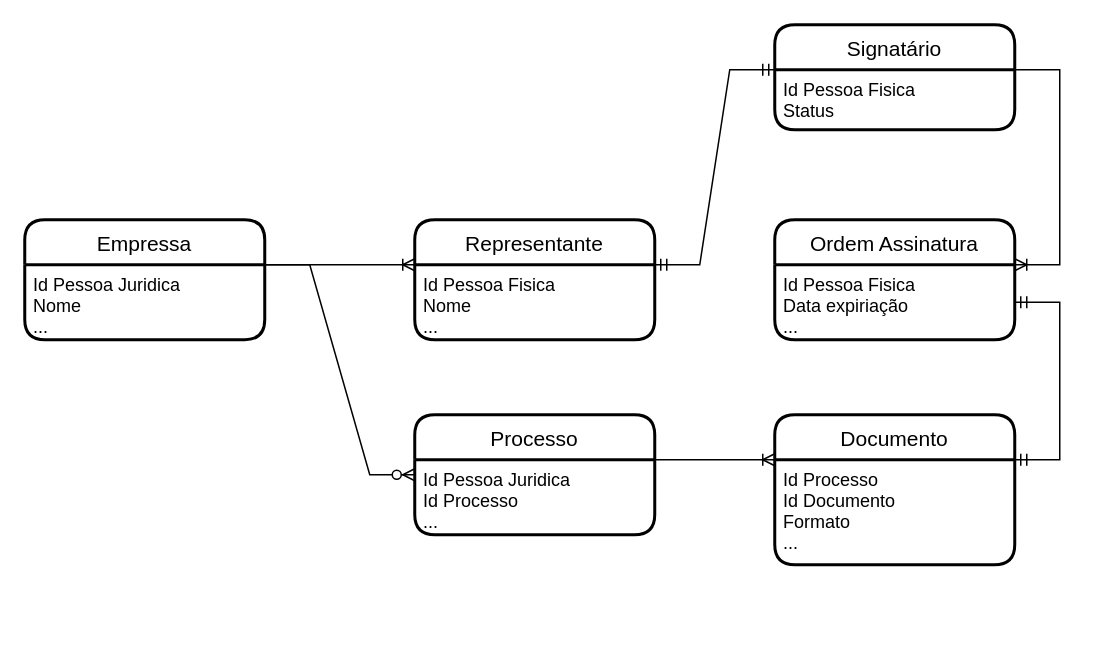
jhegner/labs keeps this draw.io diagram as localstack/localstack-dynamodb-java/drawio/erd.drawio. Above is the earlier version. Source tidied: cells renumbered, new cells numbered last; positions are measured from the earlier drawing's top-left corner, leaving out a move shared by most shapes. Both pictures are drawn from the tidied source at 150%, with x=0, y=0 at pixel (24, 24).
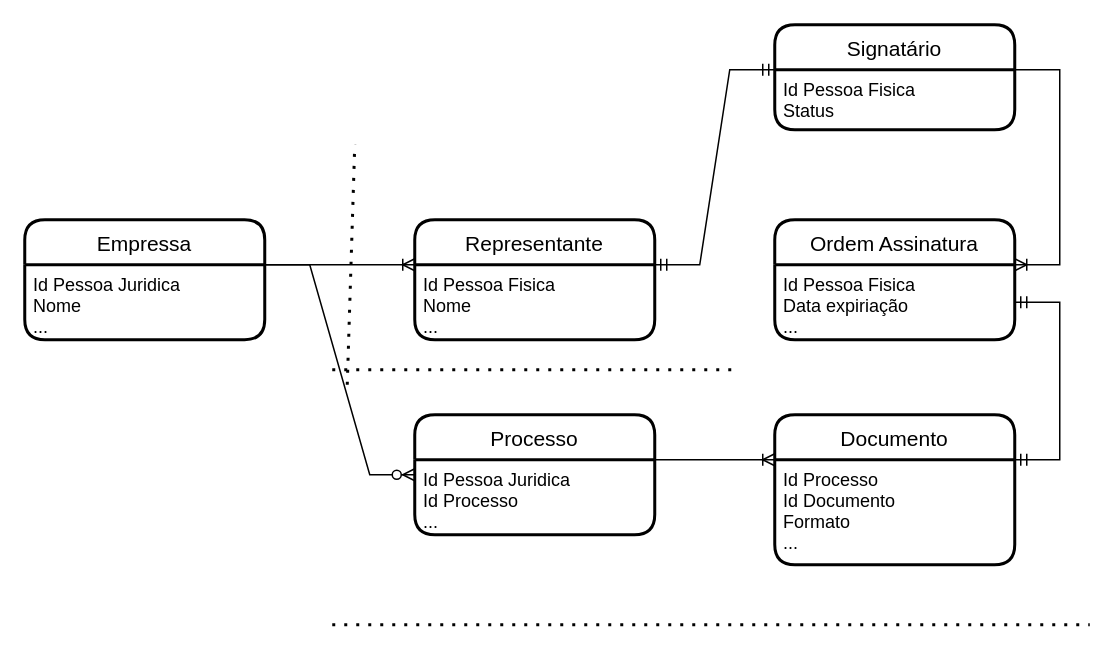
The same diagram, later.

Diff of the diagram source:
```diff
@@
+    <mxCell id="20" style="endArrow=none;dashed=1;html=1;dashPattern=1 3;strokeWidth=2;rounded=0;" parent="1" edge="1">
+      <mxGeometry relative="1" as="geometry">
+        <mxPoint x="205" y="230" as="sourcePoint" />
+        <mxPoint x="475" y="230" as="targetPoint" />
+      </mxGeometry>
+    </mxCell>
+    <mxCell id="21" style="endArrow=none;dashed=1;html=1;dashPattern=1 3;strokeWidth=2;rounded=0;" parent="1" edge="1">
+      <mxGeometry relative="1" as="geometry">
+        <mxPoint x="205" y="400" as="sourcePoint" />
+        <mxPoint x="710" y="400" as="targetPoint" />
+      </mxGeometry>
+    </mxCell>
+    <mxCell id="22" style="endArrow=none;dashed=1;html=1;dashPattern=1 3;strokeWidth=2;rounded=0;" parent="1" edge="1">
+      <mxGeometry relative="1" as="geometry">
+        <mxPoint x="215" y="240" as="sourcePoint" />
+        <mxPoint x="220" y="80" as="targetPoint" />
+      </mxGeometry>
+    </mxCell>
```
